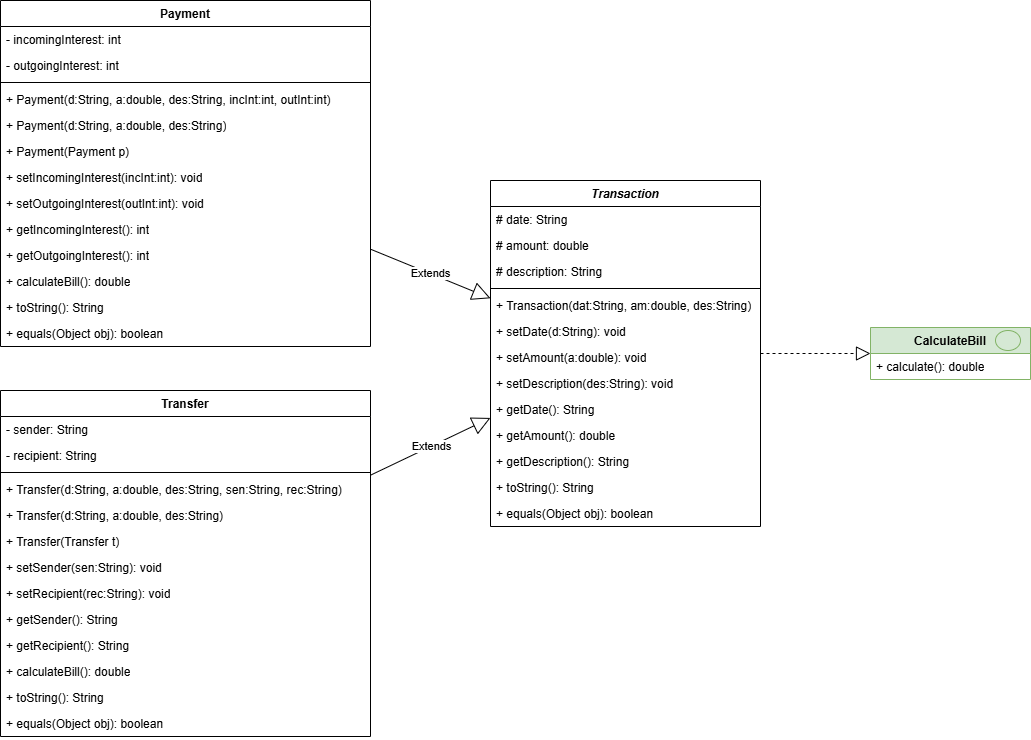
Earlier version of the draw.io export P2/P2-UML.png (ZiinoMario/OoS). Source tidied: cells renumbered, new cells last; positions are measured from the earlier drawing's top-left corner, leaving out a move shared by most shapes.
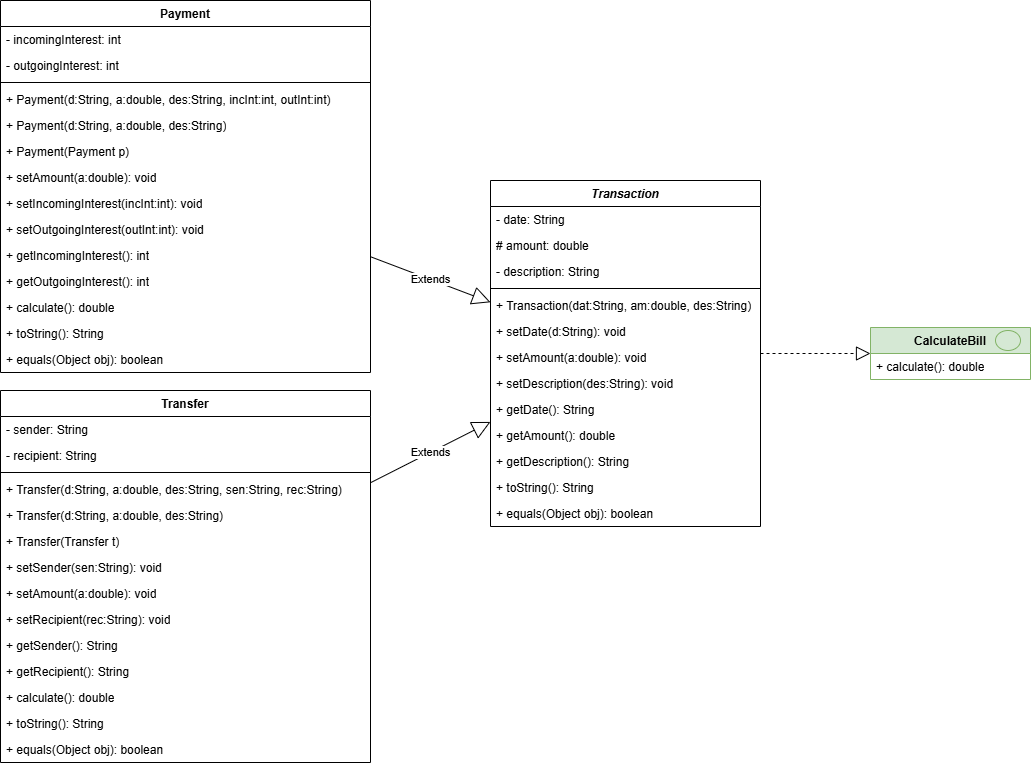
The same diagram one commit later.

The edit, as a diff of the source:
```diff
@@ -5,13 +5,13 @@
     <mxCell id="2" value="&lt;i&gt;Transaction&lt;/i&gt;" style="swimlane;fontStyle=1;align=center;verticalAlign=top;horizontal=1;startSize=26;whiteSpace=wrap;html=1;" parent="1" vertex="1">
       <mxGeometry x="490" y="180" width="270" height="346" as="geometry" />
     </mxCell>
-    <mxCell id="3" value="# date: String" style="text;strokeColor=none;fillColor=none;align=left;verticalAlign=top;spacingLeft=4;spacingRight=4;overflow=hidden;whiteSpace=wrap;html=1;" parent="2" vertex="1">
+    <mxCell id="3" value="- date: String" style="text;strokeColor=none;fillColor=none;align=left;verticalAlign=top;spacingLeft=4;spacingRight=4;overflow=hidden;whiteSpace=wrap;html=1;" parent="2" vertex="1">
       <mxGeometry y="26" width="270" height="26" as="geometry" />
     </mxCell>
     <mxCell id="4" value="# amount: double" style="text;strokeColor=none;fillColor=none;align=left;verticalAlign=top;spacingLeft=4;spacingRight=4;overflow=hidden;whiteSpace=wrap;html=1;" parent="2" vertex="1">
       <mxGeometry y="52" width="270" height="26" as="geometry" />
     </mxCell>
-    <mxCell id="5" value="# description: String" style="text;strokeColor=none;fillColor=none;align=left;verticalAlign=top;spacingLeft=4;spacingRight=4;overflow=hidden;whiteSpace=wrap;html=1;" parent="2" vertex="1">
+    <mxCell id="5" value="- description: String" style="text;strokeColor=none;fillColor=none;align=left;verticalAlign=top;spacingLeft=4;spacingRight=4;overflow=hidden;whiteSpace=wrap;html=1;" parent="2" vertex="1">
       <mxGeometry y="78" width="270" height="26" as="geometry" />
     </mxCell>
     <mxCell id="6" style="line;strokeWidth=1;fillColor=none;align=left;verticalAlign=middle;spacingTop=-1;spacingLeft=3;spacingRight=3;labelPosition=right;strokeColor=inherit;" parent="2" vertex="1">
@@ -60,7 +60,7 @@
       <mxGeometry x="125" y="3" width="25" height="20" as="geometry" />
     </mxCell>
     <mxCell id="21" value="Payment" style="swimlane;fontStyle=1;align=center;verticalAlign=top;horizontal=1;startSize=26;whiteSpace=wrap;html=1;" parent="1" vertex="1">
-      <mxGeometry width="370" height="346" as="geometry" />
+      <mxGeometry width="370" height="372" as="geometry" />
     </mxCell>
     <mxCell id="22" value="- incomingInterest: int" style="text;strokeColor=none;fillColor=none;align=left;verticalAlign=top;spacingLeft=4;spacingRight=4;overflow=hidden;whiteSpace=wrap;html=1;" parent="21" vertex="1">
       <mxGeometry y="26" width="370" height="26" as="geometry" />
@@ -80,26 +80,29 @@
     <mxCell id="27" value="+ Payment(Payment p)" style="text;strokeColor=none;fillColor=none;align=left;verticalAlign=top;spacingLeft=4;spacingRight=4;overflow=hidden;whiteSpace=wrap;html=1;" parent="21" vertex="1">
       <mxGeometry y="138" width="370" height="26" as="geometry" />
     </mxCell>
+    <mxCell id="51" value="+ setAmount(a:double): void" style="text;strokeColor=none;fillColor=none;align=left;verticalAlign=top;spacingLeft=4;spacingRight=4;overflow=hidden;whiteSpace=wrap;html=1;" parent="21" vertex="1">
+      <mxGeometry y="164" width="370" height="26" as="geometry" />
+    </mxCell>
     <mxCell id="28" value="+ setIncomingInterest(incInt:int): void" style="text;strokeColor=none;fillColor=none;align=left;verticalAlign=top;spacingLeft=4;spacingRight=4;overflow=hidden;whiteSpace=wrap;html=1;" parent="21" vertex="1">
-      <mxGeometry y="164" width="370" height="26" as="geometry" />
+      <mxGeometry y="190" width="370" height="26" as="geometry" />
     </mxCell>
     <mxCell id="29" value="+ setOutgoingInterest(outInt:int): void" style="text;strokeColor=none;fillColor=none;align=left;verticalAlign=top;spacingLeft=4;spacingRight=4;overflow=hidden;whiteSpace=wrap;html=1;" parent="21" vertex="1">
-      <mxGeometry y="190" width="370" height="26" as="geometry" />
+      <mxGeometry y="216" width="370" height="26" as="geometry" />
     </mxCell>
     <mxCell id="30" value="+ getIncomingInterest(): int" style="text;strokeColor=none;fillColor=none;align=left;verticalAlign=top;spacingLeft=4;spacingRight=4;overflow=hidden;whiteSpace=wrap;html=1;" parent="21" vertex="1">
-      <mxGeometry y="216" width="370" height="26" as="geometry" />
+      <mxGeometry y="242" width="370" height="26" as="geometry" />
     </mxCell>
     <mxCell id="31" value="+ getOutgoingInterest(): int" style="text;strokeColor=none;fillColor=none;align=left;verticalAlign=top;spacingLeft=4;spacingRight=4;overflow=hidden;whiteSpace=wrap;html=1;" parent="21" vertex="1">
-      <mxGeometry y="242" width="370" height="26" as="geometry" />
+      <mxGeometry y="268" width="370" height="26" as="geometry" />
     </mxCell>
-    <mxCell id="32" value="+ calculateBill(): double" style="text;strokeColor=none;fillColor=none;align=left;verticalAlign=top;spacingLeft=4;spacingRight=4;overflow=hidden;whiteSpace=wrap;html=1;" parent="21" vertex="1">
-      <mxGeometry y="268" width="370" height="26" as="geometry" />
+    <mxCell id="32" value="+ calculate(): double" style="text;strokeColor=none;fillColor=none;align=left;verticalAlign=top;spacingLeft=4;spacingRight=4;overflow=hidden;whiteSpace=wrap;html=1;" parent="21" vertex="1">
+      <mxGeometry y="294" width="370" height="26" as="geometry" />
     </mxCell>
     <mxCell id="33" value="+ toString(): String" style="text;strokeColor=none;fillColor=none;align=left;verticalAlign=top;spacingLeft=4;spacingRight=4;overflow=hidden;whiteSpace=wrap;html=1;" parent="21" vertex="1">
-      <mxGeometry y="294" width="370" height="26" as="geometry" />
+      <mxGeometry y="320" width="370" height="26" as="geometry" />
     </mxCell>
     <mxCell id="34" value="+ equals(Object obj): boolean" style="text;strokeColor=none;fillColor=none;align=left;verticalAlign=top;spacingLeft=4;spacingRight=4;overflow=hidden;whiteSpace=wrap;html=1;" parent="21" vertex="1">
-      <mxGeometry y="320" width="370" height="26" as="geometry" />
+      <mxGeometry y="346" width="370" height="26" as="geometry" />
     </mxCell>
     <mxCell id="35" value="Extends" style="endArrow=block;endSize=16;endFill=0;html=1;rounded=0;" parent="1" edge="1" source="21" target="2">
       <mxGeometry relative="1" as="geometry" />
@@ -108,7 +111,7 @@
       <mxGeometry relative="1" as="geometry" />
     </mxCell>
     <mxCell id="37" value="Transfer" style="swimlane;fontStyle=1;align=center;verticalAlign=top;horizontal=1;startSize=26;whiteSpace=wrap;html=1;" parent="1" vertex="1">
-      <mxGeometry y="390" width="370" height="346" as="geometry" />
+      <mxGeometry y="390" width="370" height="372" as="geometry" />
     </mxCell>
     <mxCell id="38" value="- sender: String" style="text;strokeColor=none;fillColor=none;align=left;verticalAlign=top;spacingLeft=4;spacingRight=4;overflow=hidden;whiteSpace=wrap;html=1;" parent="37" vertex="1">
       <mxGeometry y="26" width="370" height="26" as="geometry" />
@@ -131,23 +134,26 @@
     <mxCell id="44" value="+ setSender(sen:String): void" style="text;strokeColor=none;fillColor=none;align=left;verticalAlign=top;spacingLeft=4;spacingRight=4;overflow=hidden;whiteSpace=wrap;html=1;" parent="37" vertex="1">
       <mxGeometry y="164" width="370" height="26" as="geometry" />
     </mxCell>
+    <mxCell id="52" value="+ setAmount(a:double): void" style="text;strokeColor=none;fillColor=none;align=left;verticalAlign=top;spacingLeft=4;spacingRight=4;overflow=hidden;whiteSpace=wrap;html=1;" parent="37" vertex="1">
+      <mxGeometry y="190" width="370" height="26" as="geometry" />
+    </mxCell>
     <mxCell id="45" value="+ setRecipient(rec:String): void" style="text;strokeColor=none;fillColor=none;align=left;verticalAlign=top;spacingLeft=4;spacingRight=4;overflow=hidden;whiteSpace=wrap;html=1;" parent="37" vertex="1">
-      <mxGeometry y="190" width="370" height="26" as="geometry" />
+      <mxGeometry y="216" width="370" height="26" as="geometry" />
     </mxCell>
     <mxCell id="46" value="+ getSender(): String" style="text;strokeColor=none;fillColor=none;align=left;verticalAlign=top;spacingLeft=4;spacingRight=4;overflow=hidden;whiteSpace=wrap;html=1;" parent="37" vertex="1">
-      <mxGeometry y="216" width="370" height="26" as="geometry" />
+      <mxGeometry y="242" width="370" height="26" as="geometry" />
     </mxCell>
     <mxCell id="47" value="+ getRecipient(): String" style="text;strokeColor=none;fillColor=none;align=left;verticalAlign=top;spacingLeft=4;spacingRight=4;overflow=hidden;whiteSpace=wrap;html=1;" parent="37" vertex="1">
-      <mxGeometry y="242" width="370" height="26" as="geometry" />
+      <mxGeometry y="268" width="370" height="26" as="geometry" />
     </mxCell>
-    <mxCell id="48" value="+ calculateBill(): double" style="text;strokeColor=none;fillColor=none;align=left;verticalAlign=top;spacingLeft=4;spacingRight=4;overflow=hidden;whiteSpace=wrap;html=1;" parent="37" vertex="1">
-      <mxGeometry y="268" width="370" height="26" as="geometry" />
+    <mxCell id="48" value="+ calculate(): double" style="text;strokeColor=none;fillColor=none;align=left;verticalAlign=top;spacingLeft=4;spacingRight=4;overflow=hidden;whiteSpace=wrap;html=1;" parent="37" vertex="1">
+      <mxGeometry y="294" width="370" height="26" as="geometry" />
     </mxCell>
     <mxCell id="49" value="+ toString(): String" style="text;strokeColor=none;fillColor=none;align=left;verticalAlign=top;spacingLeft=4;spacingRight=4;overflow=hidden;whiteSpace=wrap;html=1;" parent="37" vertex="1">
-      <mxGeometry y="294" width="370" height="26" as="geometry" />
+      <mxGeometry y="320" width="370" height="26" as="geometry" />
     </mxCell>
     <mxCell id="50" value="+ equals(Object obj): boolean" style="text;strokeColor=none;fillColor=none;align=left;verticalAlign=top;spacingLeft=4;spacingRight=4;overflow=hidden;whiteSpace=wrap;html=1;" parent="37" vertex="1">
-      <mxGeometry y="320" width="370" height="26" as="geometry" />
+      <mxGeometry y="346" width="370" height="26" as="geometry" />
     </mxCell>
   </root>
 </mxGraphModel>
```
